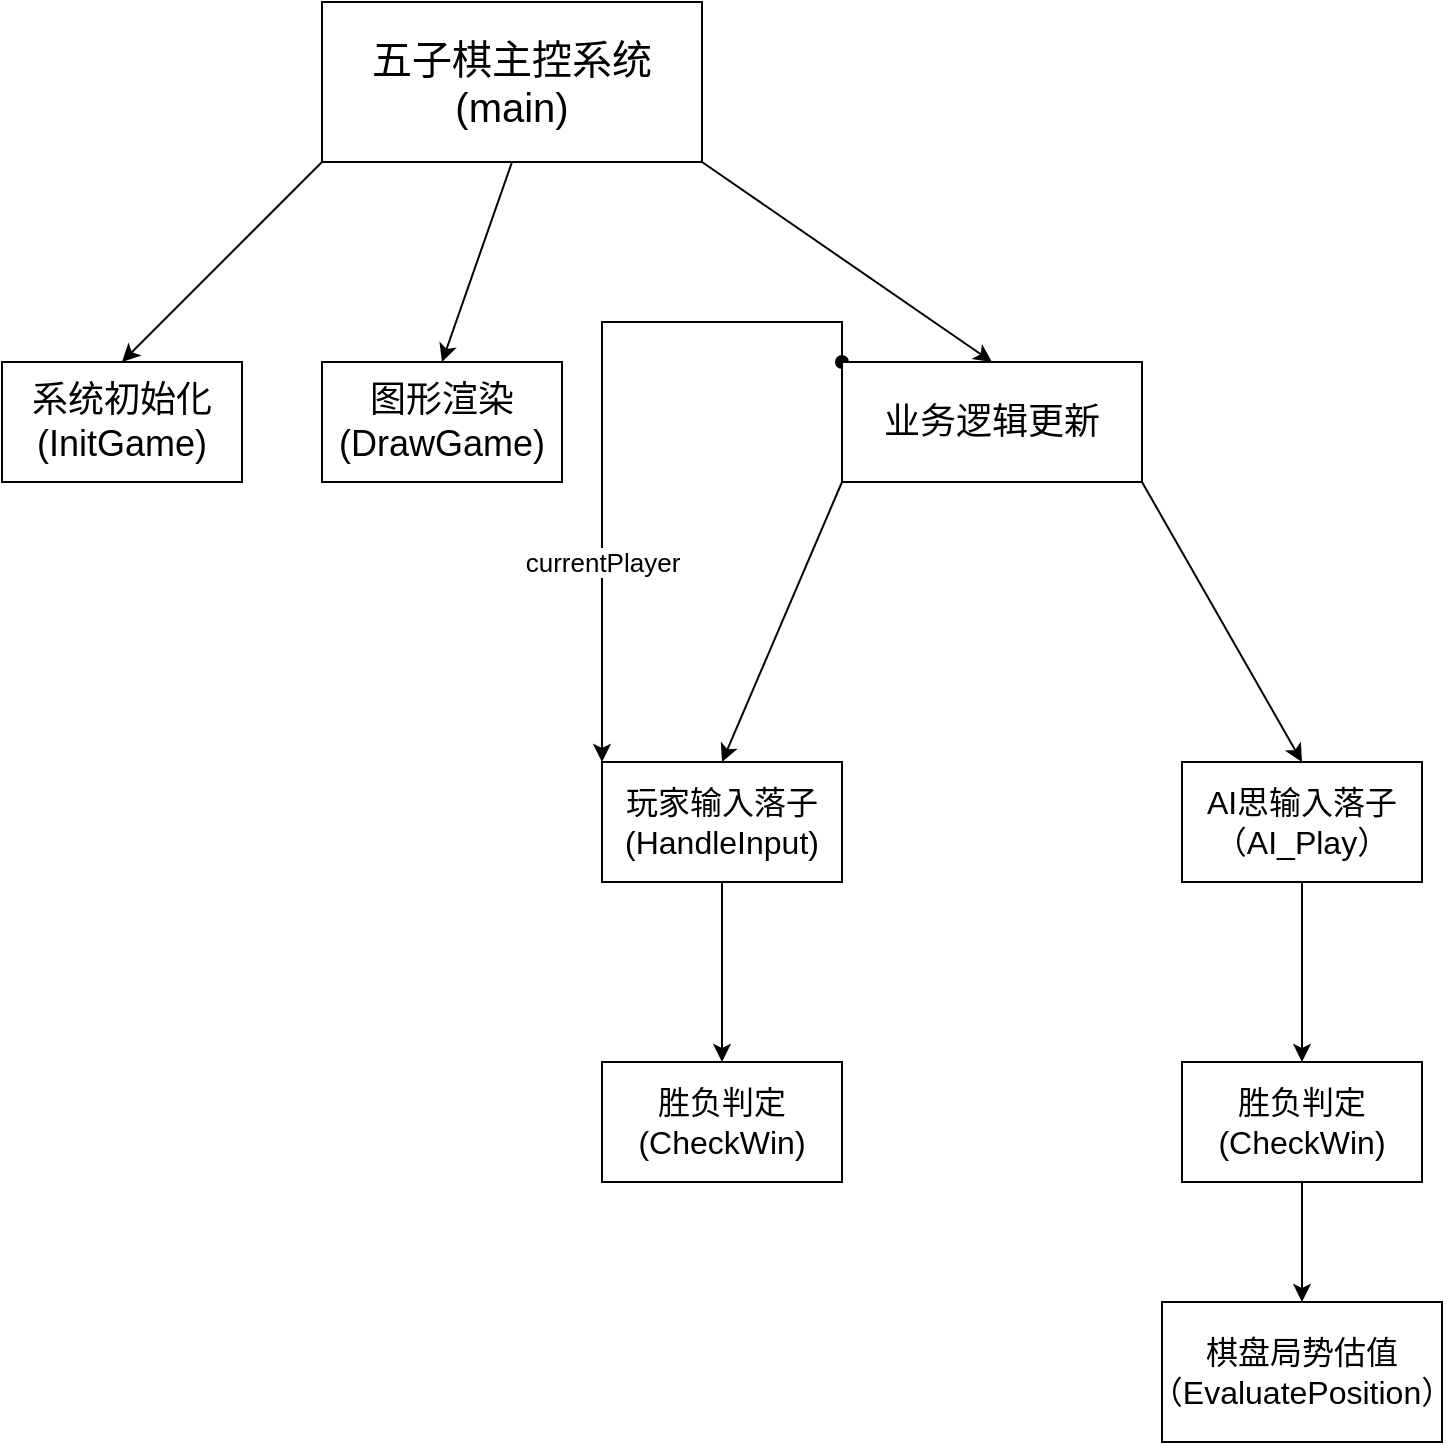
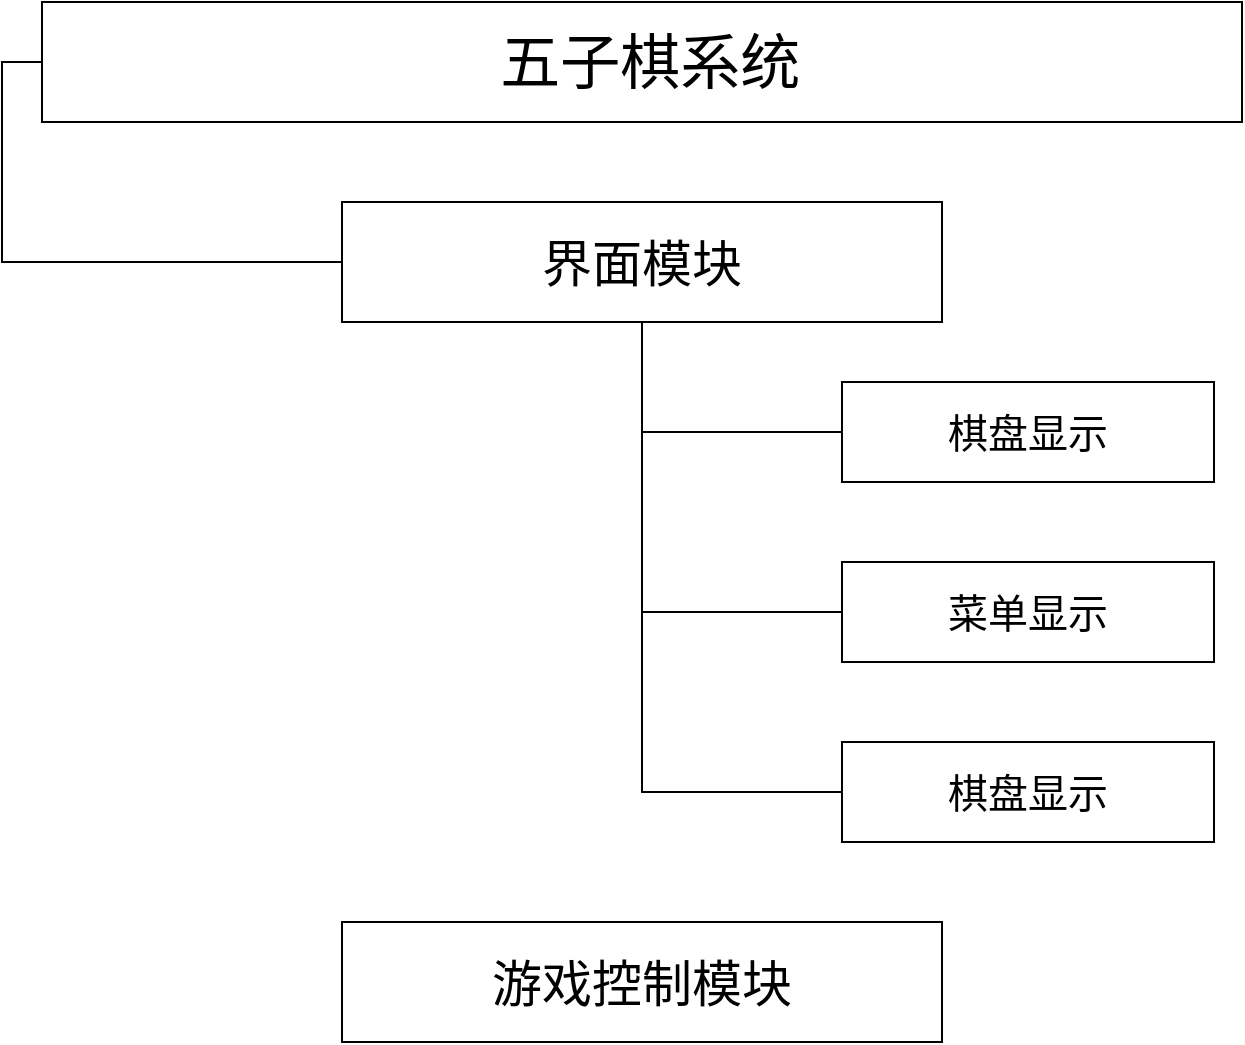
<mxfile host="app.diagrams.net">
  <diagram name="第 1 页" id="6xUhiLo2wfzWYMqrNlDq">
    <mxGraphModel dx="2054" dy="1198" grid="1" gridSize="10" guides="1" tooltips="1" connect="1" arrows="1" fold="1" page="1" pageScale="1" pageWidth="827" pageHeight="1169" math="0" shadow="0">
      <root>
        <mxCell id="0" />
        <mxCell id="1" parent="0" />
-         <mxCell id="8LW64uSIi9CgH1aFV7yo-1" parent="1" style="rounded=0;whiteSpace=wrap;html=1;" value="&lt;font style=&quot;font-size: 20px;&quot;&gt;五子棋主控系统&lt;/font&gt;&lt;div&gt;&lt;span style=&quot;font-size: 20px;&quot;&gt;(main)&lt;/span&gt;&lt;/div&gt;" vertex="1">
-           <mxGeometry height="80" width="190" x="180" y="230" as="geometry" />
-         </mxCell>
-         <mxCell id="8LW64uSIi9CgH1aFV7yo-2" edge="1" parent="1" source="8LW64uSIi9CgH1aFV7yo-1" style="endArrow=classic;html=1;rounded=0;entryX=0.5;entryY=0;entryDx=0;entryDy=0;exitX=0;exitY=1;exitDx=0;exitDy=0;" target="8LW64uSIi9CgH1aFV7yo-3" value="">
-           <mxGeometry height="50" relative="1" width="50" as="geometry">
-             <mxPoint x="319" y="330" as="sourcePoint" />
-             <mxPoint x="160" y="419" as="targetPoint" />
-           </mxGeometry>
-         </mxCell>
-         <mxCell id="8LW64uSIi9CgH1aFV7yo-3" parent="1" style="rounded=0;whiteSpace=wrap;html=1;" value="&lt;font style=&quot;font-size: 18px;&quot;&gt;系统初始化&lt;/font&gt;&lt;div&gt;&lt;font style=&quot;font-size: 18px;&quot;&gt;(InitGame)&lt;/font&gt;&lt;/div&gt;" vertex="1">
-           <mxGeometry height="60" width="120" x="20" y="410" as="geometry" />
-         </mxCell>
-         <mxCell id="8LW64uSIi9CgH1aFV7yo-4" parent="1" style="rounded=0;whiteSpace=wrap;html=1;" value="&lt;font style=&quot;font-size: 18px;&quot;&gt;图形渲染&lt;/font&gt;&lt;div&gt;&lt;font style=&quot;font-size: 18px;&quot;&gt;(DrawGame)&lt;/font&gt;&lt;/div&gt;" vertex="1">
-           <mxGeometry height="60" width="120" x="180" y="410" as="geometry" />
-         </mxCell>
-         <mxCell id="8LW64uSIi9CgH1aFV7yo-6" edge="1" parent="1" source="8LW64uSIi9CgH1aFV7yo-1" style="endArrow=classic;html=1;rounded=0;entryX=0.5;entryY=0;entryDx=0;entryDy=0;exitX=0.5;exitY=1;exitDx=0;exitDy=0;" target="8LW64uSIi9CgH1aFV7yo-4" value="">
-           <mxGeometry height="50" relative="1" width="50" as="geometry">
-             <mxPoint x="410" y="330" as="sourcePoint" />
-             <mxPoint x="364" y="380" as="targetPoint" />
-           </mxGeometry>
-         </mxCell>
-         <mxCell id="8LW64uSIi9CgH1aFV7yo-25" edge="1" parent="1" source="8LW64uSIi9CgH1aFV7yo-7" style="rounded=0;orthogonalLoop=1;jettySize=auto;html=1;exitX=0;exitY=0;exitDx=0;exitDy=0;entryX=0;entryY=0;entryDx=0;entryDy=0;startArrow=oval;startFill=1;edgeStyle=orthogonalEdgeStyle;" target="8LW64uSIi9CgH1aFV7yo-10">
+         <mxCell id="8LW64uSIi9CgH1aFV7yo-34" edge="1" parent="1" source="8LW64uSIi9CgH1aFV7yo-30" style="edgeStyle=orthogonalEdgeStyle;rounded=0;orthogonalLoop=1;jettySize=auto;html=1;exitX=0;exitY=0.5;exitDx=0;exitDy=0;entryX=0;entryY=0.5;entryDx=0;entryDy=0;endArrow=none;endFill=0;" target="8LW64uSIi9CgH1aFV7yo-32">
          <mxGeometry relative="1" as="geometry" />
        </mxCell>
-         <mxCell id="8LW64uSIi9CgH1aFV7yo-28" connectable="0" parent="8LW64uSIi9CgH1aFV7yo-25" style="edgeLabel;html=1;align=center;verticalAlign=middle;resizable=0;points=[];" value="&lt;font style=&quot;font-size: 13px;&quot;&gt;currentPlayer&lt;/font&gt;" vertex="1">
-           <mxGeometry relative="1" as="geometry">
-             <mxPoint y="80" as="offset" />
-           </mxGeometry>
+         <mxCell id="8LW64uSIi9CgH1aFV7yo-30" parent="1" style="rounded=0;whiteSpace=wrap;html=1;" value="&lt;font style=&quot;font-size: 30px;&quot;&gt;&amp;nbsp;五子棋系统&lt;/font&gt;" vertex="1">
+           <mxGeometry height="60" width="600" x="114" y="30" as="geometry" />
        </mxCell>
-         <mxCell id="8LW64uSIi9CgH1aFV7yo-7" parent="1" style="rounded=0;whiteSpace=wrap;html=1;" value="&lt;font style=&quot;font-size: 18px;&quot;&gt;业务逻辑更新&lt;/font&gt;" vertex="1">
-           <mxGeometry height="60" width="150" x="440" y="410" as="geometry" />
-         </mxCell>
-         <mxCell id="8LW64uSIi9CgH1aFV7yo-9" edge="1" parent="1" source="8LW64uSIi9CgH1aFV7yo-1" style="endArrow=classic;html=1;rounded=0;entryX=0.5;entryY=0;entryDx=0;entryDy=0;exitX=1;exitY=1;exitDx=0;exitDy=0;" target="8LW64uSIi9CgH1aFV7yo-7" value="">
-           <mxGeometry height="50" relative="1" width="50" as="geometry">
-             <mxPoint x="509" y="330" as="sourcePoint" />
-             <mxPoint x="459" y="380" as="targetPoint" />
-           </mxGeometry>
-         </mxCell>
-         <mxCell id="8LW64uSIi9CgH1aFV7yo-20" edge="1" parent="1" source="8LW64uSIi9CgH1aFV7yo-10" style="edgeStyle=orthogonalEdgeStyle;rounded=0;orthogonalLoop=1;jettySize=auto;html=1;exitX=0.5;exitY=1;exitDx=0;exitDy=0;entryX=0.5;entryY=0;entryDx=0;entryDy=0;" target="8LW64uSIi9CgH1aFV7yo-17">
+         <mxCell id="8LW64uSIi9CgH1aFV7yo-38" edge="1" parent="1" source="8LW64uSIi9CgH1aFV7yo-32" style="edgeStyle=orthogonalEdgeStyle;rounded=0;orthogonalLoop=1;jettySize=auto;html=1;exitX=0.5;exitY=1;exitDx=0;exitDy=0;entryX=0;entryY=0.5;entryDx=0;entryDy=0;endArrow=none;endFill=0;" target="8LW64uSIi9CgH1aFV7yo-35">
          <mxGeometry relative="1" as="geometry" />
        </mxCell>
-         <mxCell id="8LW64uSIi9CgH1aFV7yo-10" parent="1" style="rounded=0;whiteSpace=wrap;html=1;" value="&lt;font style=&quot;font-size: 16px;&quot;&gt;玩家输入落子&lt;/font&gt;&lt;div&gt;&lt;span style=&quot;font-size: 16px;&quot;&gt;(HandleInput)&lt;/span&gt;&lt;/div&gt;" vertex="1">
-           <mxGeometry height="60" width="120" x="320" y="610" as="geometry" />
-         </mxCell>
-         <mxCell id="8LW64uSIi9CgH1aFV7yo-21" edge="1" parent="1" source="8LW64uSIi9CgH1aFV7yo-11" style="edgeStyle=orthogonalEdgeStyle;rounded=0;orthogonalLoop=1;jettySize=auto;html=1;exitX=0.5;exitY=1;exitDx=0;exitDy=0;entryX=0.5;entryY=0;entryDx=0;entryDy=0;" target="8LW64uSIi9CgH1aFV7yo-19">
+         <mxCell id="8LW64uSIi9CgH1aFV7yo-39" edge="1" parent="1" source="8LW64uSIi9CgH1aFV7yo-32" style="edgeStyle=orthogonalEdgeStyle;rounded=0;orthogonalLoop=1;jettySize=auto;html=1;exitX=0.5;exitY=1;exitDx=0;exitDy=0;entryX=0;entryY=0.5;entryDx=0;entryDy=0;endArrow=none;endFill=0;" target="8LW64uSIi9CgH1aFV7yo-36">
          <mxGeometry relative="1" as="geometry" />
        </mxCell>
-         <mxCell id="8LW64uSIi9CgH1aFV7yo-11" parent="1" style="rounded=0;whiteSpace=wrap;html=1;" value="&lt;font style=&quot;font-size: 16px;&quot;&gt;AI思输入落子&lt;/font&gt;&lt;div&gt;&lt;font style=&quot;font-size: 16px;&quot;&gt;（AI_Play）&lt;/font&gt;&lt;/div&gt;" vertex="1">
-           <mxGeometry height="60" width="120" x="610" y="610" as="geometry" />
-         </mxCell>
-         <mxCell id="8LW64uSIi9CgH1aFV7yo-12" edge="1" parent="1" source="8LW64uSIi9CgH1aFV7yo-7" style="endArrow=classic;html=1;rounded=0;entryX=0.5;entryY=0;entryDx=0;entryDy=0;exitX=0;exitY=1;exitDx=0;exitDy=0;" target="8LW64uSIi9CgH1aFV7yo-10" value="">
-           <mxGeometry height="50" relative="1" width="50" as="geometry">
-             <mxPoint x="440" y="470" as="sourcePoint" />
-             <mxPoint x="390" y="520" as="targetPoint" />
-           </mxGeometry>
-         </mxCell>
-         <mxCell id="8LW64uSIi9CgH1aFV7yo-13" edge="1" parent="1" source="8LW64uSIi9CgH1aFV7yo-7" style="endArrow=classic;html=1;rounded=0;entryX=0.5;entryY=0;entryDx=0;entryDy=0;exitX=1;exitY=1;exitDx=0;exitDy=0;" target="8LW64uSIi9CgH1aFV7yo-11" value="">
-           <mxGeometry height="50" relative="1" width="50" as="geometry">
-             <mxPoint x="470" y="520" as="sourcePoint" />
-             <mxPoint x="410" y="660" as="targetPoint" />
-           </mxGeometry>
-         </mxCell>
-         <mxCell id="8LW64uSIi9CgH1aFV7yo-15" parent="1" style="rounded=0;whiteSpace=wrap;html=1;" value="&lt;font style=&quot;font-size: 16px;&quot;&gt;棋盘局势估值&lt;br&gt;（EvaluatePosition）&lt;/font&gt;" vertex="1">
-           <mxGeometry height="70" width="140" x="600" y="880" as="geometry" />
-         </mxCell>
-         <mxCell id="8LW64uSIi9CgH1aFV7yo-17" parent="1" style="rounded=0;whiteSpace=wrap;html=1;" value="&lt;font style=&quot;font-size: 16px;&quot;&gt;胜负判定&lt;/font&gt;&lt;div&gt;&lt;font style=&quot;font-size: 16px;&quot;&gt;(CheckWin)&lt;/font&gt;&lt;/div&gt;" vertex="1">
-           <mxGeometry height="60" width="120" x="320" y="760" as="geometry" />
-         </mxCell>
-         <mxCell id="8LW64uSIi9CgH1aFV7yo-24" edge="1" parent="1" source="8LW64uSIi9CgH1aFV7yo-19" style="edgeStyle=orthogonalEdgeStyle;rounded=0;orthogonalLoop=1;jettySize=auto;html=1;exitX=0.5;exitY=1;exitDx=0;exitDy=0;entryX=0.5;entryY=0;entryDx=0;entryDy=0;" target="8LW64uSIi9CgH1aFV7yo-15">
+         <mxCell id="8LW64uSIi9CgH1aFV7yo-40" edge="1" parent="1" source="8LW64uSIi9CgH1aFV7yo-32" style="edgeStyle=orthogonalEdgeStyle;rounded=0;orthogonalLoop=1;jettySize=auto;html=1;exitX=0.5;exitY=1;exitDx=0;exitDy=0;entryX=0;entryY=0.5;entryDx=0;entryDy=0;endArrow=none;endFill=0;" target="8LW64uSIi9CgH1aFV7yo-37">
          <mxGeometry relative="1" as="geometry" />
        </mxCell>
-         <mxCell id="8LW64uSIi9CgH1aFV7yo-19" parent="1" style="rounded=0;whiteSpace=wrap;html=1;" value="&lt;font style=&quot;font-size: 16px;&quot;&gt;胜负判定&lt;/font&gt;&lt;div&gt;&lt;font style=&quot;font-size: 16px;&quot;&gt;(CheckWin)&lt;/font&gt;&lt;/div&gt;" vertex="1">
-           <mxGeometry height="60" width="120" x="610" y="760" as="geometry" />
+         <mxCell id="8LW64uSIi9CgH1aFV7yo-32" parent="1" style="rounded=0;whiteSpace=wrap;html=1;" value="&lt;font style=&quot;font-size: 25px;&quot;&gt;界面模块&lt;/font&gt;" vertex="1">
+           <mxGeometry height="60" width="300" x="264" y="130" as="geometry" />
+         </mxCell>
+         <mxCell id="8LW64uSIi9CgH1aFV7yo-35" parent="1" style="rounded=0;whiteSpace=wrap;html=1;" value="&lt;font style=&quot;font-size: 20px;&quot;&gt;棋盘显示&lt;/font&gt;" vertex="1">
+           <mxGeometry height="50" width="186" x="514" y="220" as="geometry" />
+         </mxCell>
+         <mxCell id="8LW64uSIi9CgH1aFV7yo-36" parent="1" style="rounded=0;whiteSpace=wrap;html=1;" value="&lt;font style=&quot;font-size: 20px;&quot;&gt;菜单显示&lt;/font&gt;&lt;span style=&quot;color: rgba(0, 0, 0, 0); font-family: monospace; font-size: 0px; text-align: start; white-space: nowrap;&quot;&gt;%3CmxGraphModel%3E%3Croot%3E%3CmxCell%20id%3D%220%22%2F%3E%3CmxCell%20id%3D%221%22%20parent%3D%220%22%2F%3E%3CmxCell%20id%3D%222%22%20parent%3D%221%22%20style%3D%22rounded%3D0%3BwhiteSpace%3Dwrap%3Bhtml%3D1%3B%22%20value%3D%22%26lt%3Bfont%20style%3D%26quot%3Bfont-size%3A%2020px%3B%26quot%3B%26gt%3B%E6%A3%8B%E7%9B%98%E6%98%BE%E7%A4%BA%26lt%3B%2Ffont%26gt%3B%22%20vertex%3D%221%22%3E%3CmxGeometry%20height%3D%2260%22%20width%3D%22200%22%20x%3D%22514%22%20y%3D%22300%22%20as%3D%22geometry%22%2F%3E%3C%2FmxCell%3E%3C%2Froot%3E%3C%2FmxGraphModel%3E&lt;/span&gt;" vertex="1">
+           <mxGeometry height="50" width="186" x="514" y="310" as="geometry" />
+         </mxCell>
+         <mxCell id="8LW64uSIi9CgH1aFV7yo-37" parent="1" style="rounded=0;whiteSpace=wrap;html=1;" value="&lt;font style=&quot;font-size: 20px;&quot;&gt;棋盘显示&lt;/font&gt;" vertex="1">
+           <mxGeometry height="50" width="186" x="514" y="400" as="geometry" />
+         </mxCell>
+         <mxCell id="8LW64uSIi9CgH1aFV7yo-41" parent="1" style="rounded=0;whiteSpace=wrap;html=1;" value="&lt;font style=&quot;font-size: 25px;&quot;&gt;游戏控制模块&lt;/font&gt;" vertex="1">
+           <mxGeometry height="60" width="300" x="264" y="490" as="geometry" />
        </mxCell>
      </root>
    </mxGraphModel>
  </diagram>
</mxfile>
